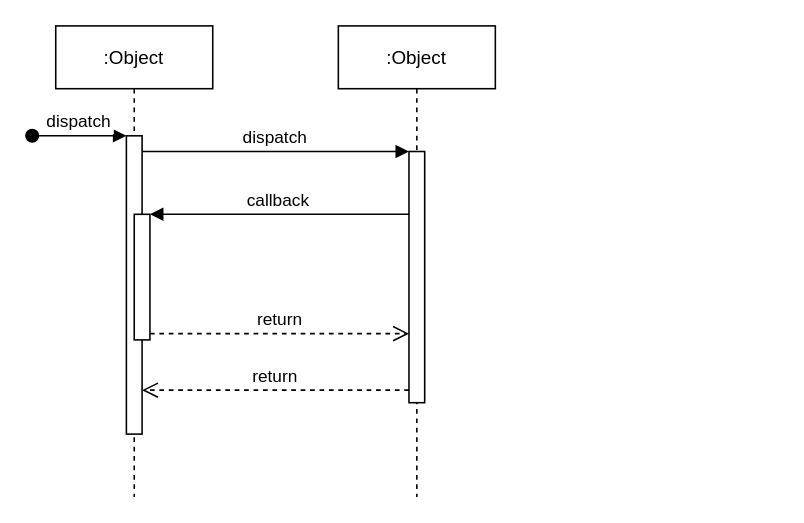
wang2gua/test keeps this draw.io diagram as Untitled Diagram.drawio. Above is the earlier version. Source tidied: cells renumbered, new cells numbered last; positions are measured from the earlier drawing's top-left corner, leaving out a move shared by most shapes. Both pictures are drawn from the tidied source at 157%, with x=0, y=0 at pixel (31, 25).
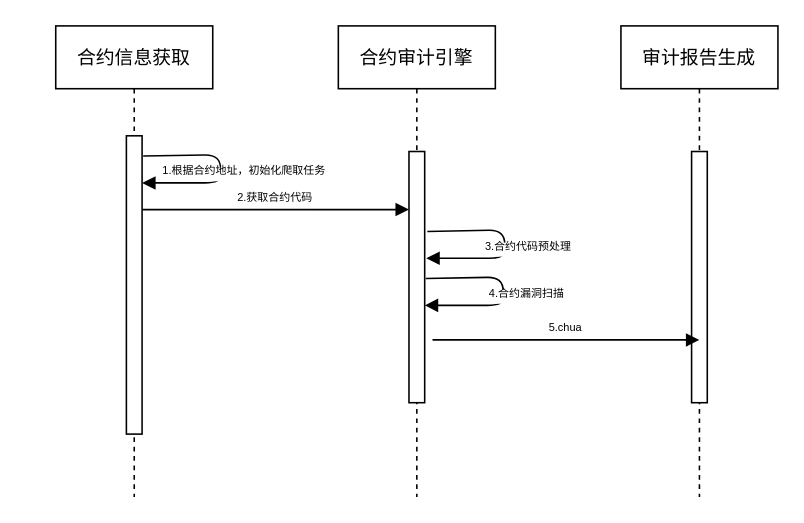
After the change.

Unchanged cells that the change refers to:
```xml
<mxCell id="3" style="points=[];perimeter=orthogonalPerimeter;rounded=0;shadow=0;strokeWidth=1;" parent="2" vertex="1">
  <mxGeometry x="45" y="70" width="10" height="190" as="geometry" />
</mxCell>
<mxCell id="7" style="points=[];perimeter=orthogonalPerimeter;rounded=0;shadow=0;strokeWidth=1;" parent="6" vertex="1">
  <mxGeometry x="45" y="80" width="10" height="160" as="geometry" />
</mxCell>
```

The edit, as a diff of the source:
```diff
@@
-    <mxCell id="2" value=":Object" style="shape=umlLifeline;perimeter=lifelinePerimeter;rounded=0;shadow=0;strokeWidth=1;" parent="1" vertex="1">
+    <mxCell id="2" value="合约信息获取" style="shape=umlLifeline;perimeter=lifelinePerimeter;rounded=0;shadow=0;strokeWidth=1;fontFamily=Garamond;" parent="1" vertex="1">
       <mxGeometry x="15" width="100" height="300" as="geometry" />
     </mxCell>
@@
-    <mxCell id="4" value="dispatch" style="verticalAlign=bottom;startArrow=oval;endArrow=block;startSize=8;shadow=0;strokeWidth=1;" parent="2" edge="1" target="3">
-      <mxGeometry relative="1" as="geometry">
-        <mxPoint x="-15" y="70" as="sourcePoint" />
-      </mxGeometry>
-    </mxCell>
-    <mxCell id="5" style="points=[];perimeter=orthogonalPerimeter;rounded=0;shadow=0;strokeWidth=1;" parent="2" vertex="1">
-      <mxGeometry x="50" y="120" width="10" height="80" as="geometry" />
-    </mxCell>
-    <mxCell id="6" value=":Object" style="shape=umlLifeline;perimeter=lifelinePerimeter;rounded=0;shadow=0;strokeWidth=1;" parent="1" vertex="1">
+    <mxCell id="6" value="合约审计引擎" style="shape=umlLifeline;perimeter=lifelinePerimeter;rounded=0;shadow=0;strokeWidth=1;" parent="1" vertex="1">
       <mxGeometry x="195" width="100" height="300" as="geometry" />
     </mxCell>
@@
-    <mxCell id="8" value="return" style="verticalAlign=bottom;endArrow=open;dashed=1;endSize=8;exitX=0;exitY=0.95;shadow=0;strokeWidth=1;" parent="1" edge="1" source="7" target="3">
-      <mxGeometry relative="1" as="geometry" />
-    </mxCell>
-    <mxCell id="9" value="dispatch" style="verticalAlign=bottom;endArrow=block;entryX=0;entryY=0;shadow=0;strokeWidth=1;" parent="1" edge="1" source="3" target="7">
-      <mxGeometry relative="1" as="geometry" />
+    <mxCell id="9" value="2.获取合约代码" style="verticalAlign=bottom;endArrow=block;entryX=0;entryY=0;shadow=0;strokeWidth=1;fontSize=7;" parent="1" edge="1">
+      <mxGeometry relative="1" as="geometry">
+        <mxPoint x="70" y="117" as="sourcePoint" />
+        <mxPoint x="240" y="117" as="targetPoint" />
+        <Array as="points">
+          <mxPoint x="135" y="117" />
+        </Array>
+      </mxGeometry>
     </mxCell>
-    <mxCell id="10" value="callback" style="verticalAlign=bottom;endArrow=block;entryX=1;entryY=0;shadow=0;strokeWidth=1;" parent="1" edge="1" source="7" target="5">
-      <mxGeometry relative="1" as="geometry" />
-    </mxCell>
-    <mxCell id="11" value="return" style="verticalAlign=bottom;endArrow=open;dashed=1;endSize=8;exitX=1;exitY=0.95;shadow=0;strokeWidth=1;" parent="1" edge="1" source="5" target="7">
-      <mxGeometry relative="1" as="geometry" />
-    </mxCell>
+    <mxCell id="12" value="审计报告生成" style="shape=umlLifeline;perimeter=lifelinePerimeter;rounded=0;shadow=0;strokeWidth=1;" parent="1" vertex="1">
+      <mxGeometry x="375" width="100" height="300" as="geometry" />
+    </mxCell>
+    <mxCell id="13" style="perimeter=orthogonalPerimeter;rounded=0;shadow=0;strokeWidth=1;" parent="12" vertex="1">
+      <mxGeometry x="45" y="80" width="10" height="160" as="geometry" />
+    </mxCell>
+    <mxCell id="14" value="1.根据合约地址，初始化爬取任务" style="verticalAlign=bottom;endArrow=block;shadow=0;strokeWidth=1;exitX=1.067;exitY=0.068;exitDx=0;exitDy=0;exitPerimeter=0;fontSize=7;" parent="1" edge="1">
+      <mxGeometry x="0.15" y="-15" relative="1" as="geometry">
+        <mxPoint x="70.7" y="82.9" as="sourcePoint" />
+        <mxPoint x="70" y="100" as="targetPoint" />
+        <Array as="points">
+          <mxPoint x="120" y="82" />
+          <mxPoint x="120" y="100" />
+        </Array>
+        <mxPoint x="15" y="15" as="offset" />
+      </mxGeometry>
+    </mxCell>
+    <mxCell id="15" value="3.合约代码预处理" style="verticalAlign=bottom;endArrow=block;shadow=0;strokeWidth=1;exitX=1.067;exitY=0.068;exitDx=0;exitDy=0;exitPerimeter=0;fontSize=7;" parent="1" edge="1">
+      <mxGeometry x="0.15" y="-15" relative="1" as="geometry">
+        <mxPoint x="251.7" y="130.9" as="sourcePoint" />
+        <mxPoint x="251" y="148" as="targetPoint" />
+        <Array as="points">
+          <mxPoint x="301" y="130" />
+          <mxPoint x="301" y="148" />
+        </Array>
+        <mxPoint x="15" y="15" as="offset" />
+      </mxGeometry>
+    </mxCell>
+    <mxCell id="16" value="4.合约漏洞扫描" style="verticalAlign=bottom;endArrow=block;shadow=0;strokeWidth=1;exitX=1.067;exitY=0.068;exitDx=0;exitDy=0;exitPerimeter=0;fontSize=7;" parent="1" edge="1">
+      <mxGeometry x="0.15" y="-15" relative="1" as="geometry">
+        <mxPoint x="250.7" y="160.9" as="sourcePoint" />
+        <mxPoint x="250" y="178" as="targetPoint" />
+        <Array as="points">
+          <mxPoint x="300" y="160" />
+          <mxPoint x="300" y="178" />
+        </Array>
+        <mxPoint x="15" y="15" as="offset" />
+      </mxGeometry>
+    </mxCell>
+    <mxCell id="17" value="5.chua" style="verticalAlign=bottom;endArrow=block;entryX=0;entryY=0;shadow=0;strokeWidth=1;fontSize=7;" parent="1" edge="1">
+      <mxGeometry relative="1" as="geometry">
+        <mxPoint x="255" y="200" as="sourcePoint" />
+        <mxPoint x="425" y="200" as="targetPoint" />
+        <Array as="points">
+          <mxPoint x="320" y="200" />
+        </Array>
+      </mxGeometry>
+    </mxCell>
```
